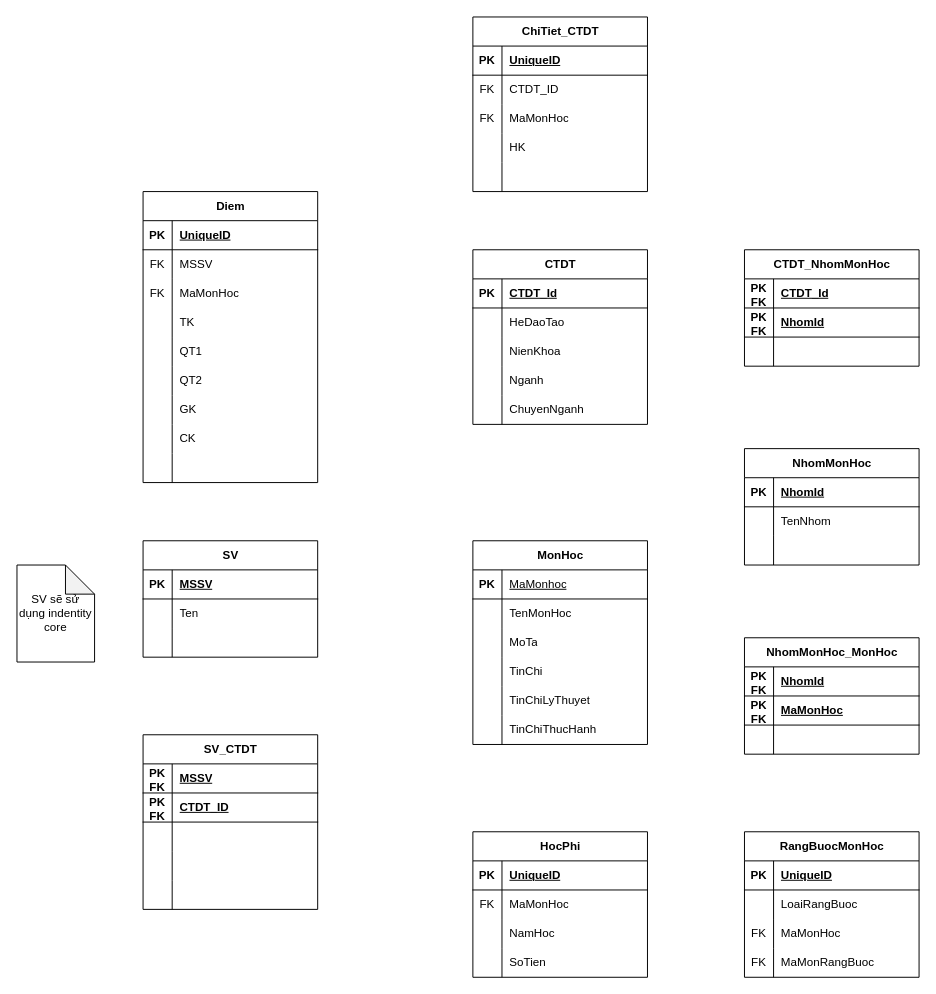
The draw.io diagram tmp.drawio in LeHieu11/stdportal_clone, before the edit. Source tidied: cells renumbered, new cells numbered last; positions are measured from the earlier drawing's top-left corner, leaving out a move shared by most shapes. Both pictures are drawn from the tidied source at 97%, with x=0, y=0 at pixel (16, 16).
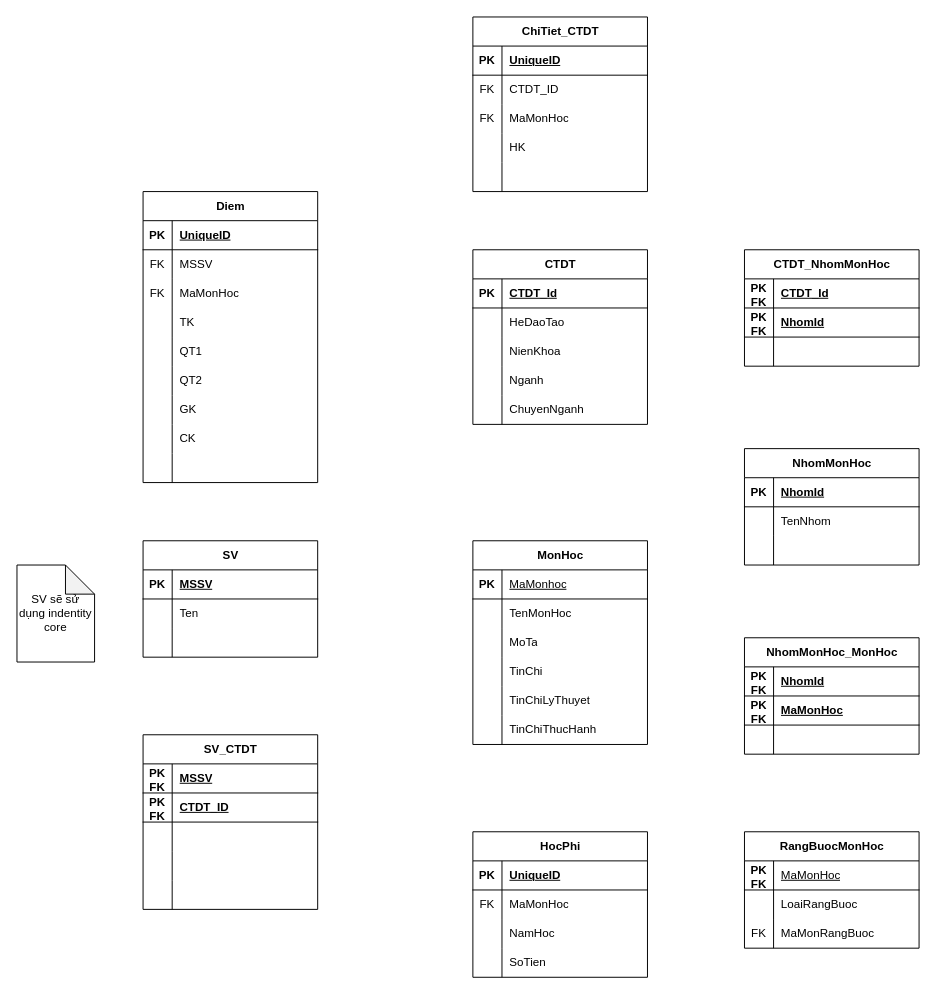
Above is the later version.

The change refers to these unchanged cells:
```xml
<mxCell id="33" style="shape=tableRow;horizontal=0;startSize=0;swimlaneHead=0;swimlaneBody=0;fillColor=none;top=0;left=0;right=0;bottom=1;" parent="32" vertex="1">
  <mxGeometry y="30" width="180" height="30" as="geometry" />
</mxCell>
```

Diff of the diagram source:
```diff
@@
     <mxCell id="32" value="RangBuocMonHoc" style="shape=table;startSize=30;childLayout=tableLayout;rowLines=0;fontStyle=1;align=center;html=1;" parent="1" vertex="1">
-      <mxGeometry x="750" y="840" width="180" height="150" as="geometry" />
+      <mxGeometry x="750" y="840" width="180" height="120" as="geometry" />
     </mxCell>
@@
-    <mxCell id="34" value="PK" style="shape=partialRectangle;fillColor=none;top=0;left=0;bottom=0;right=0;fontStyle=1;overflow=hidden;whiteSpace=wrap;html=1;" parent="33" vertex="1">
+    <mxCell id="34" value="PK&lt;div&gt;FK&lt;/div&gt;" style="shape=partialRectangle;fillColor=none;top=0;left=0;bottom=0;right=0;fontStyle=1;overflow=hidden;whiteSpace=wrap;html=1;" parent="33" vertex="1">
       <mxGeometry width="30" height="30" as="geometry" />
     </mxCell>
-    <mxCell id="35" value="UniqueID" style="shape=partialRectangle;fillColor=none;top=0;left=0;bottom=0;right=0;align=left;spacingLeft=6;fontStyle=5;overflow=hidden;whiteSpace=wrap;html=1;" parent="33" vertex="1">
+    <mxCell id="35" value="&lt;span style=&quot;font-weight: 400;&quot;&gt;MaMonHoc&lt;/span&gt;" style="shape=partialRectangle;fillColor=none;top=0;left=0;bottom=0;right=0;align=left;spacingLeft=6;fontStyle=5;overflow=hidden;whiteSpace=wrap;html=1;" parent="33" vertex="1">
       <mxGeometry x="30" width="150" height="30" as="geometry" />
     </mxCell>
@@
-    <mxCell id="39" style="shape=tableRow;horizontal=0;startSize=0;swimlaneHead=0;swimlaneBody=0;fillColor=none;top=0;left=0;right=0;bottom=0;" parent="32" vertex="1">
-      <mxGeometry y="90" width="180" height="30" as="geometry" />
-    </mxCell>
-    <mxCell id="40" value="FK" style="shape=partialRectangle;fillColor=none;top=0;left=0;bottom=0;right=0;overflow=hidden;whiteSpace=wrap;html=1;" parent="39" vertex="1">
-      <mxGeometry width="30" height="30" as="geometry" />
-    </mxCell>
-    <mxCell id="41" value="MaMonHoc" style="shape=partialRectangle;fillColor=none;top=0;left=0;bottom=0;right=0;align=left;spacingLeft=6;overflow=hidden;whiteSpace=wrap;html=1;" parent="39" vertex="1">
-      <mxGeometry x="30" width="150" height="30" as="geometry" />
-    </mxCell>
     <mxCell id="42" style="shape=tableRow;horizontal=0;startSize=0;swimlaneHead=0;swimlaneBody=0;fillColor=none;top=0;left=0;right=0;bottom=0;" parent="32" vertex="1">
-      <mxGeometry y="120" width="180" height="30" as="geometry" />
+      <mxGeometry y="90" width="180" height="30" as="geometry" />
     </mxCell>
```
